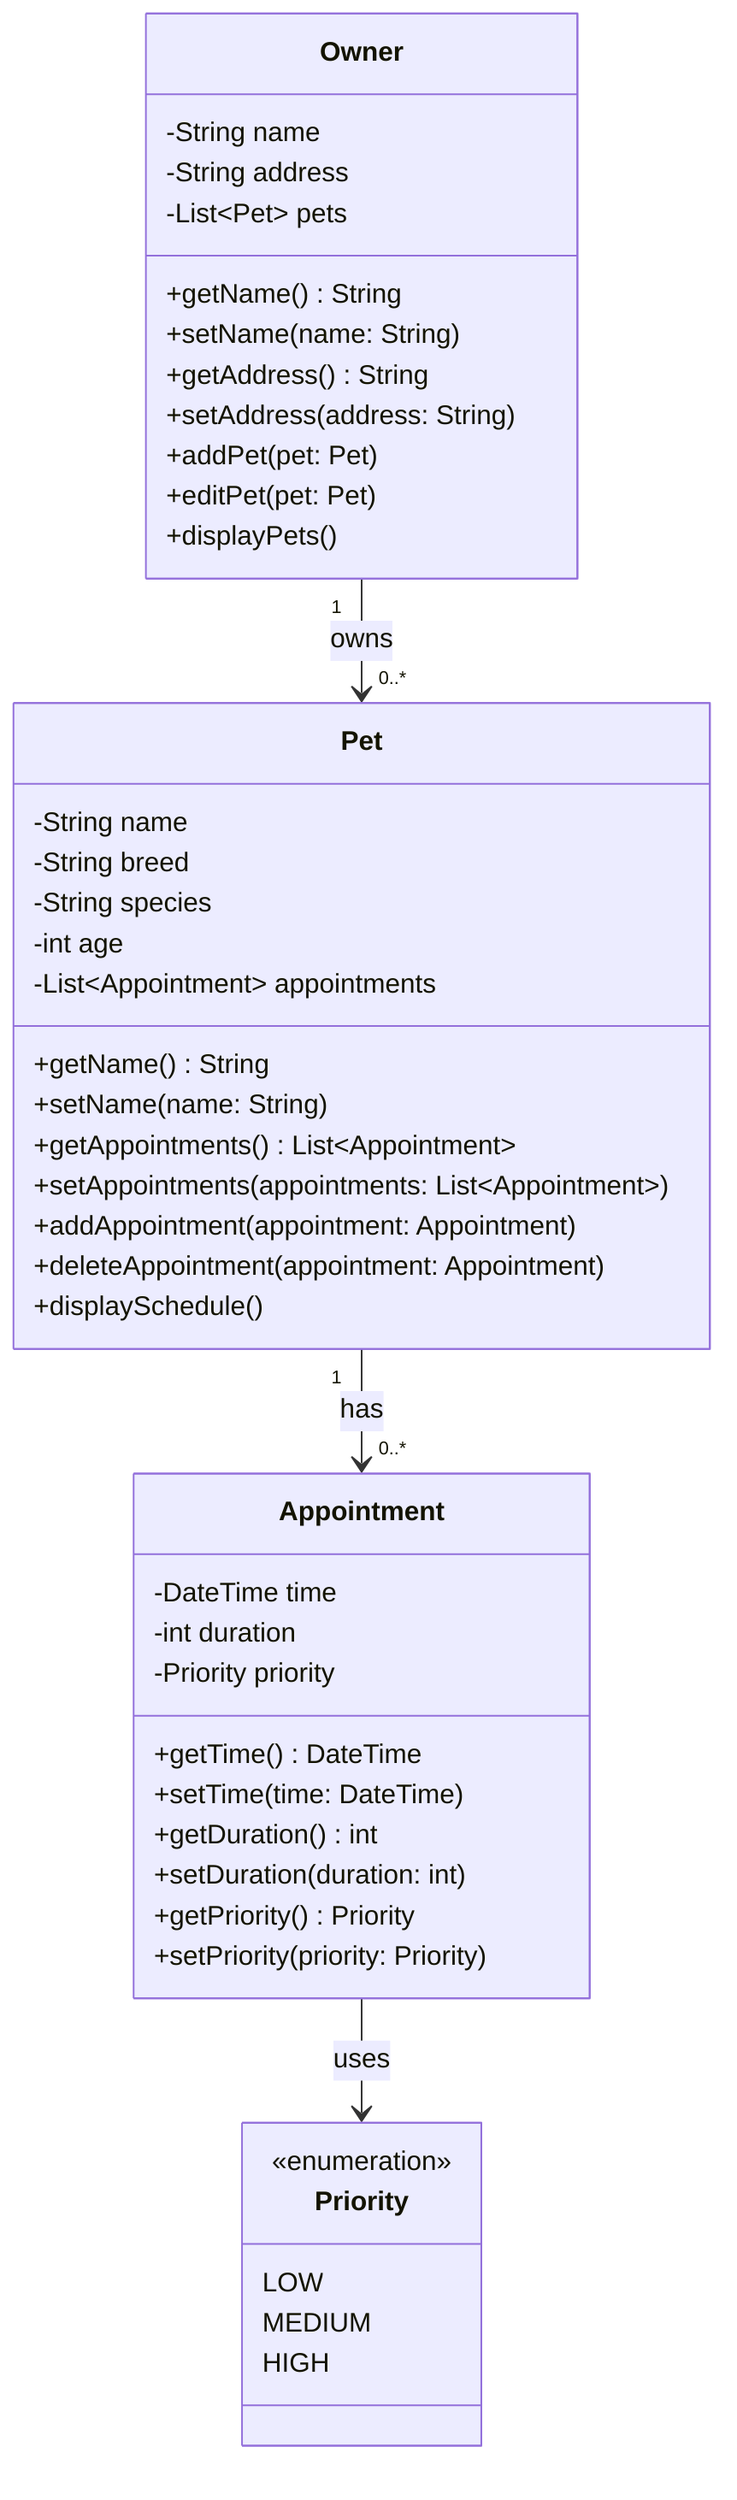
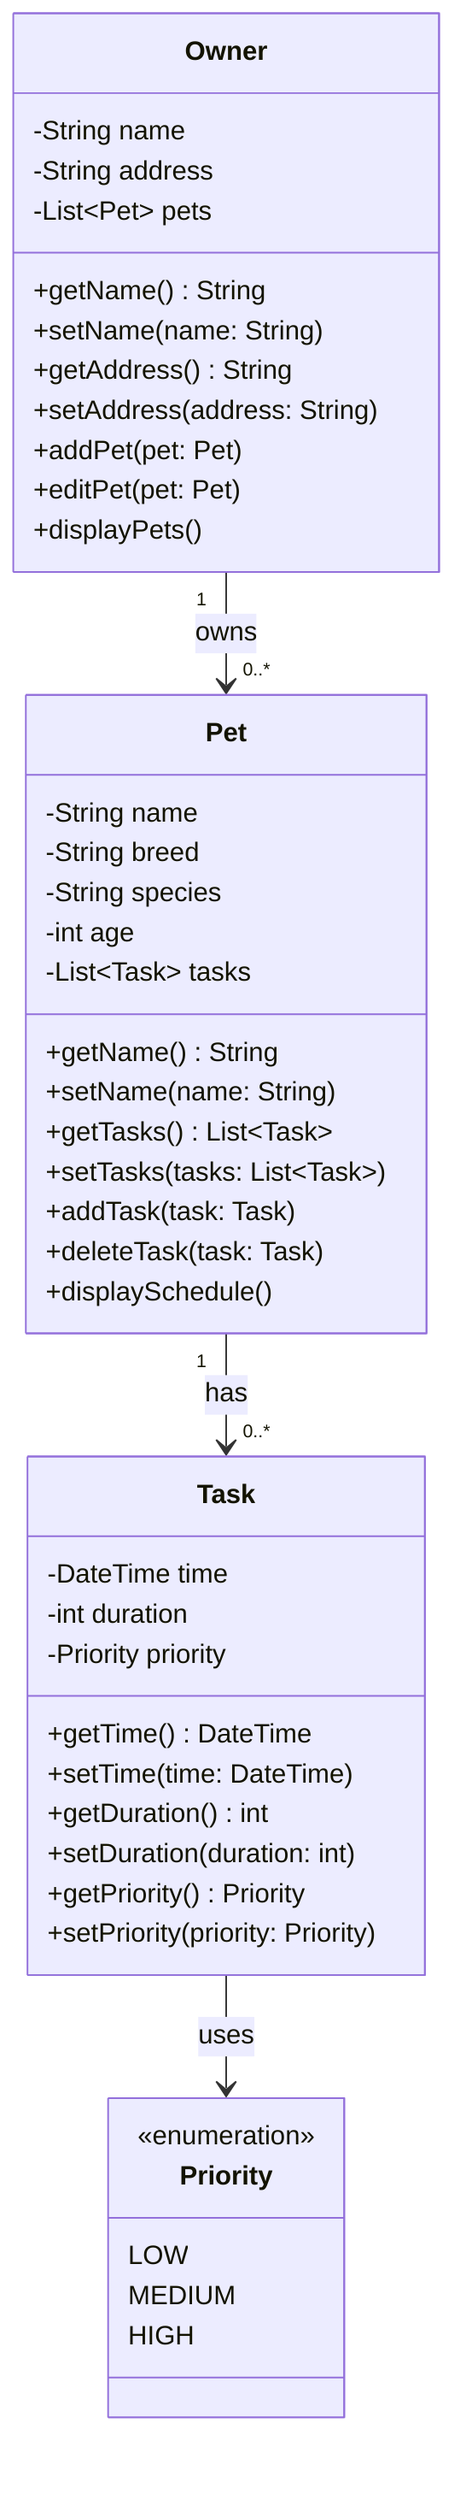
classDiagram
    class Pet {
        -String name
        -String breed
        -String species
        -int age
-         -List~Appointment~ appointments
+         -List~Task~ tasks
        +getName() String
        +setName(name: String)
-         +getAppointments() List~Appointment~
-         +setAppointments(appointments: List~Appointment~)
-         +addAppointment(appointment: Appointment)
-         +deleteAppointment(appointment: Appointment)
+         +getTasks() List~Task~
+         +setTasks(tasks: List~Task~)
+         +addTask(task: Task)
+         +deleteTask(task: Task)
        +displaySchedule()
    }

    class Owner {
        -String name
        -String address
        -List~Pet~ pets
        +getName() String
        +setName(name: String)
        +getAddress() String
        +setAddress(address: String)
        +addPet(pet: Pet)
        +editPet(pet: Pet)
        +displayPets()
    }

-     class Appointment {
+     class Task {
        -DateTime time
        -int duration
        -Priority priority
        +getTime() DateTime
        +setTime(time: DateTime)
        +getDuration() int
        +setDuration(duration: int)
        +getPriority() Priority
        +setPriority(priority: Priority)
    }

    class Priority {
        <<enumeration>>
        LOW
        MEDIUM
        HIGH
    }

    Owner "1" --> "0..*" Pet : owns
-     Pet "1" --> "0..*" Appointment : has
-     Appointment --> Priority : uses
+     Pet "1" --> "0..*" Task : has
+     Task --> Priority : uses
